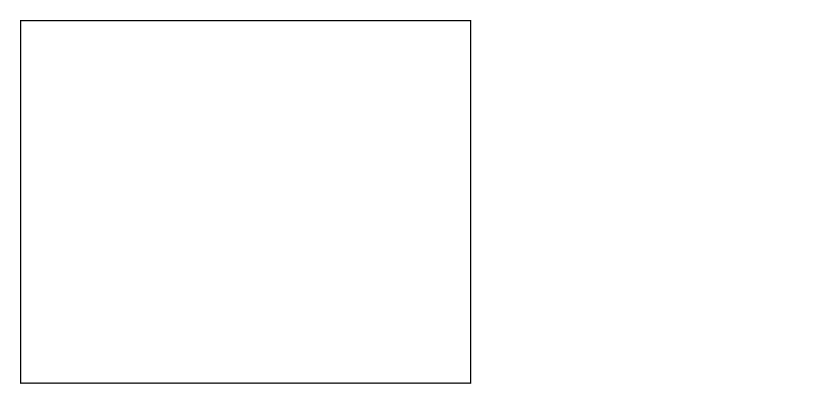
Before: Diagrama sin título.drawio in Andrewsryan96/Ciclo3_MINTIC2022, a draw.io diagram. Source tidied: cells renumbered, new cells numbered last; positions are measured from the earlier drawing's top-left corner, leaving out a move shared by most shapes. Both pictures are drawn from the tidied source at 125%, with x=0, y=0 at pixel (20, 20).
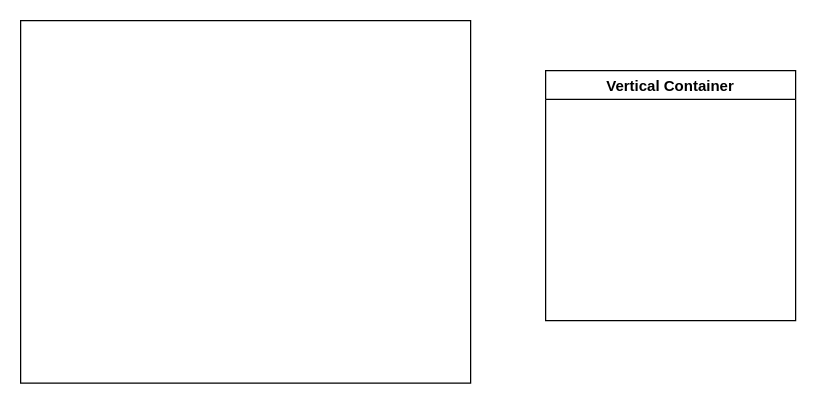
After the change.

Change to the diagram source:
```diff
@@
 <mxGraphModel>
   <root>
     <mxCell id="0" />
     <mxCell id="1" parent="0" />
     <mxCell id="2" style="rounded=0;whiteSpace=wrap;html=1;" parent="1" vertex="1">
       <mxGeometry width="360" height="290" as="geometry" />
     </mxCell>
+    <mxCell id="3" value="Vertical Container" style="swimlane;" parent="1" vertex="1">
+      <mxGeometry x="420" y="40" width="200" height="200" as="geometry" />
+    </mxCell>
   </root>
 </mxGraphModel>
```
